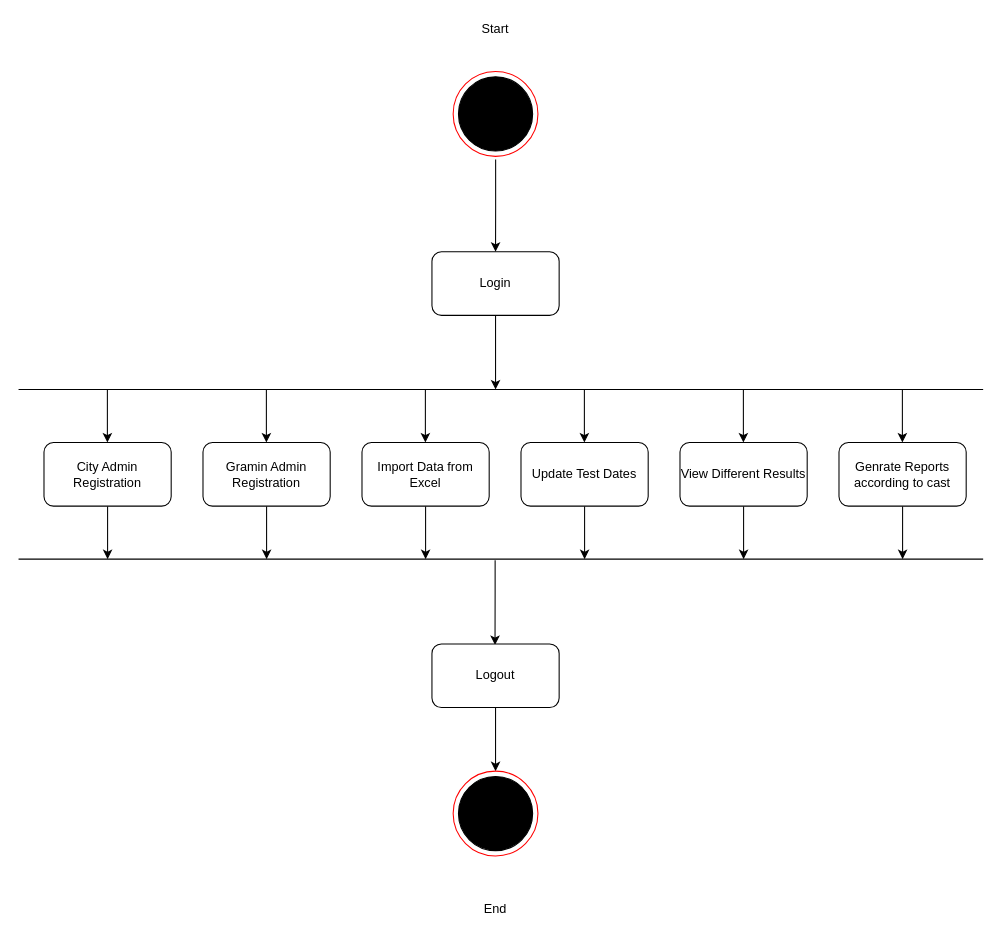
phoenix-295/Police_Bharti keeps this draw.io diagram as Documentation/Diagrams/Raw/Activity/Activity_Super_Admin.drawio. Above is the earlier version. Source tidied: cells renumbered, new cells numbered last; positions are measured from the earlier drawing's top-left corner, leaving out a move shared by most shapes. Both pictures are drawn from the tidied source at 106%, with x=0, y=0 at pixel (18, 18).
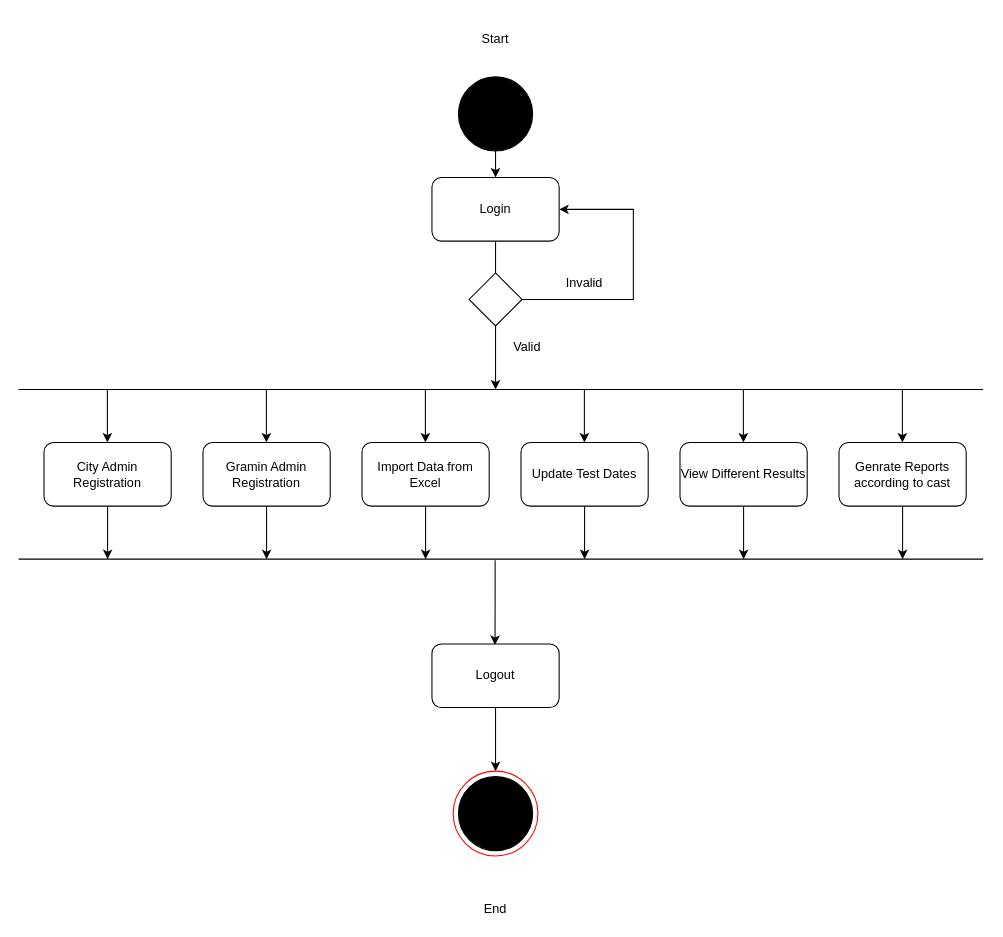
After the change.

The change refers to these unchanged cells:
```xml
<mxCell id="2" style="group;" parent="1" vertex="1">
  <mxGeometry x="410" y="50" width="80" height="80" as="geometry" />
</mxCell>
<mxCell id="4" style="ellipse;whiteSpace=wrap;html=1;fillColor=#000000;" parent="2" vertex="1">
  <mxGeometry x="5" y="5" width="70" height="70" as="geometry" />
</mxCell>
```

What changed in the source:
```diff
@@
-    <mxCell id="3" style="ellipse;whiteSpace=wrap;html=1;strokeColor=#FF0000;" parent="2" vertex="1">
-      <mxGeometry width="80" height="80" as="geometry" />
-    </mxCell>
@@
     <mxCell id="5" value="Start" style="text;html=1;strokeColor=none;fillColor=none;align=center;verticalAlign=middle;whiteSpace=wrap;rounded=0;" parent="1" vertex="1">
-      <mxGeometry x="430" width="40" height="20" as="geometry" />
+      <mxGeometry x="430" y="10" width="40" height="20" as="geometry" />
     </mxCell>
@@
     <mxCell id="7" value="Login" style="rounded=1;whiteSpace=wrap;html=1;" parent="1" vertex="1">
-      <mxGeometry x="390" y="220" width="120" height="60" as="geometry" />
+      <mxGeometry x="390" y="150" width="120" height="60" as="geometry" />
     </mxCell>
@@
-    <mxCell id="22" style="edgeStyle=orthogonalEdgeStyle;rounded=0;jettySize=auto;html=1;entryX=0.5;entryY=0;entryDx=0;entryDy=0;exitX=0.501;exitY=1.037;exitDx=0;exitDy=0;exitPerimeter=0;" parent="1" edge="1" source="3" target="7">
-      <mxGeometry relative="1" as="geometry">
-        <Array as="points">
-          <mxPoint x="450" y="176" />
-          <mxPoint x="450" y="176" />
-        </Array>
-      </mxGeometry>
+    <mxCell id="22" style="edgeStyle=orthogonalEdgeStyle;rounded=0;jettySize=auto;html=1;entryX=0.5;entryY=0;entryDx=0;entryDy=0;exitX=0.5;exitY=1;exitDx=0;exitDy=0;" parent="1" edge="1" source="4" target="7">
+      <mxGeometry relative="1" as="geometry" />
     </mxCell>
@@
+    <mxCell id="36" style="edgeStyle=orthogonalEdgeStyle;rounded=0;jettySize=auto;html=1;exitX=1;exitY=0.5;exitDx=0;exitDy=0;entryX=1;entryY=0.5;entryDx=0;entryDy=0;" parent="1" edge="1" source="37" target="7">
+      <mxGeometry relative="1" as="geometry">
+        <Array as="points">
+          <mxPoint x="580" y="265" />
+          <mxPoint x="580" y="180" />
+        </Array>
+      </mxGeometry>
+    </mxCell>
+    <mxCell id="37" style="rhombus;whiteSpace=wrap;html=1;" parent="1" vertex="1">
+      <mxGeometry x="425" y="240" width="50" height="50" as="geometry" />
+    </mxCell>
+    <mxCell id="38" value="Invalid" style="text;html=1;strokeColor=none;fillColor=none;align=center;verticalAlign=middle;whiteSpace=wrap;rounded=0;" parent="1" vertex="1">
+      <mxGeometry x="514" y="240" width="40" height="20" as="geometry" />
+    </mxCell>
+    <mxCell id="39" value="Valid" style="text;html=1;strokeColor=none;fillColor=none;align=center;verticalAlign=middle;whiteSpace=wrap;rounded=0;" parent="1" vertex="1">
+      <mxGeometry x="460" y="300" width="40" height="20" as="geometry" />
+    </mxCell>
```
